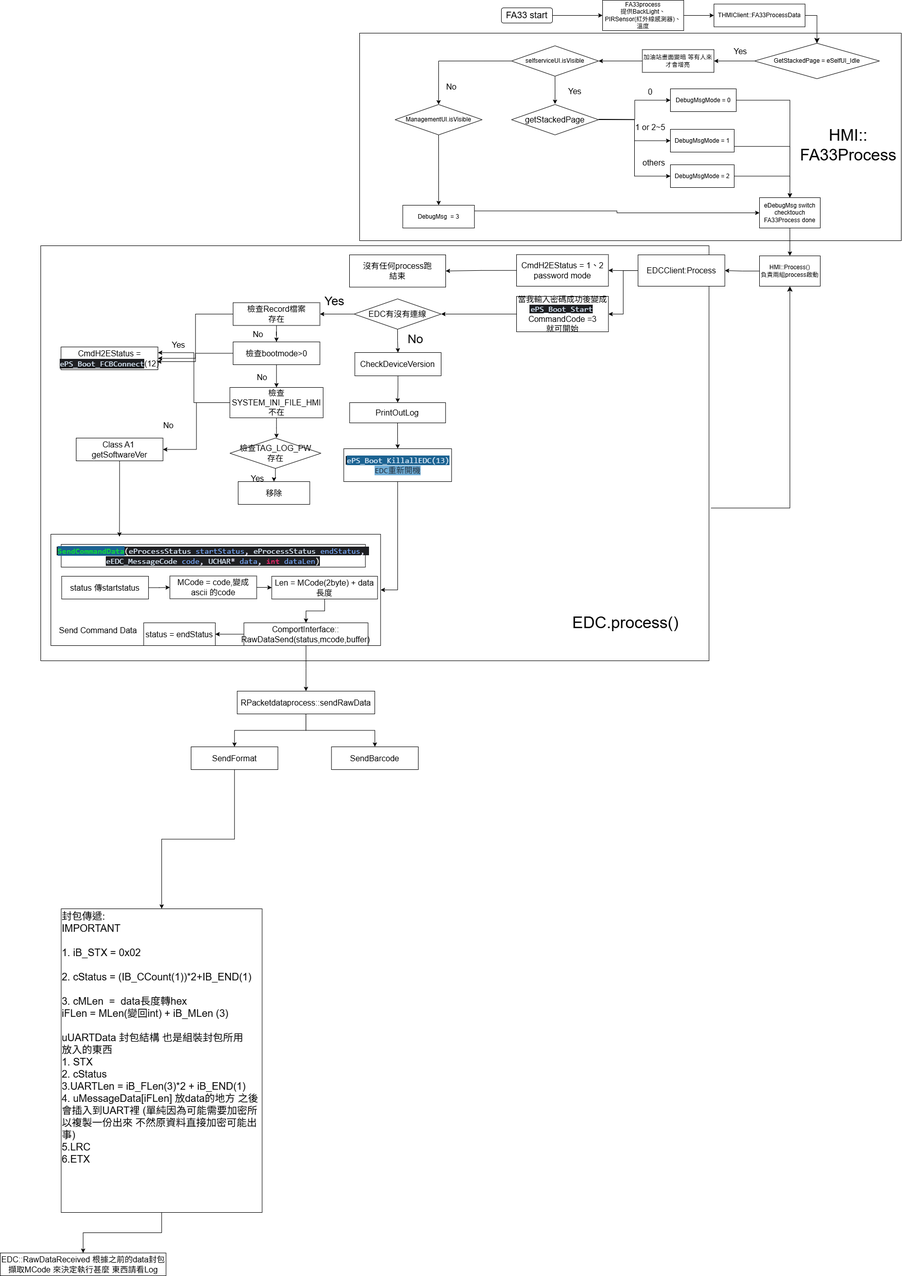
This is HMI流程圖.png from AXQuestion/-, a draw.io export, as it was before one commit. Source tidied: cells renumbered, new cells last; positions are measured from the earlier drawing's top-left corner, leaving out a move shared by most shapes.
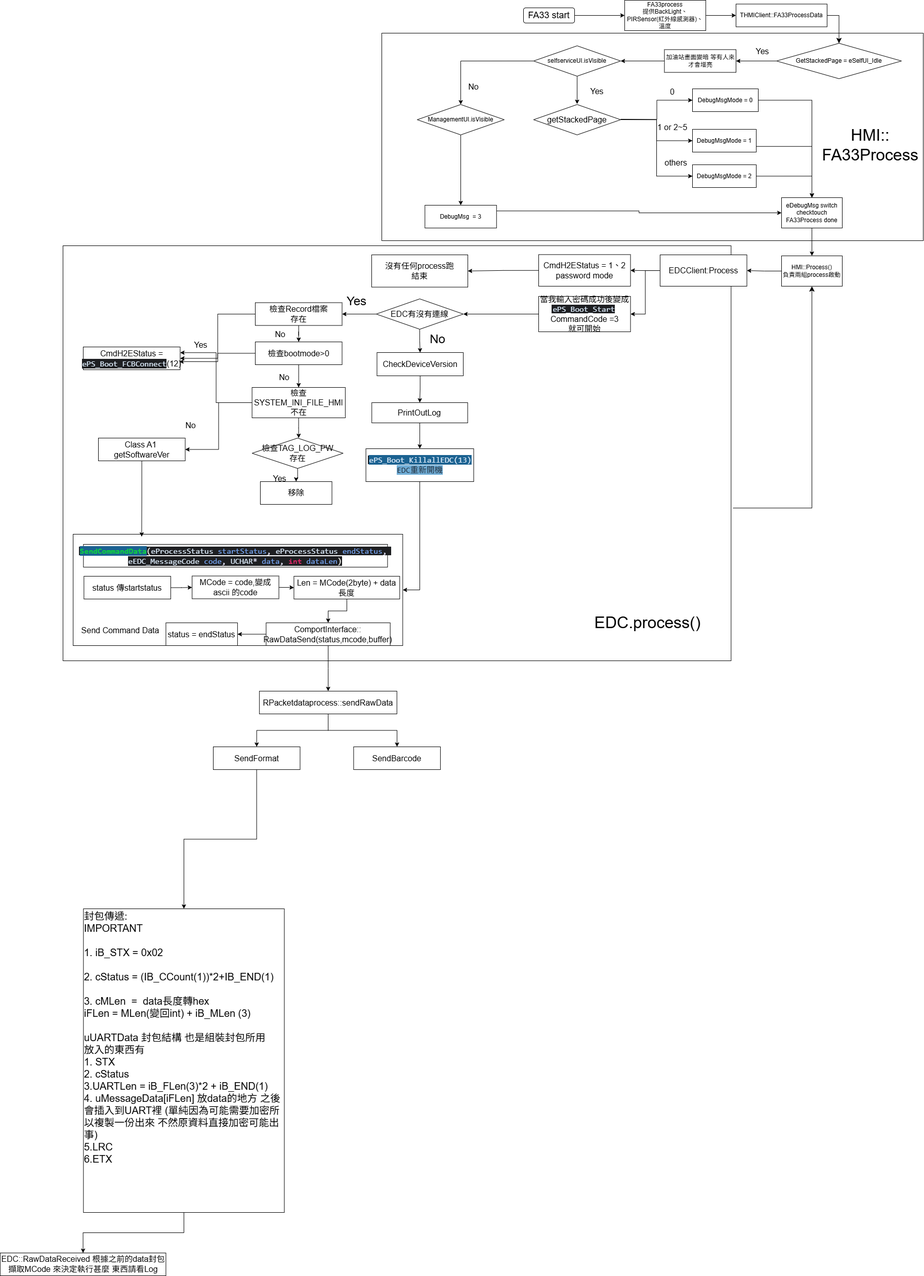
After the change.

Commit message:
更新HMI流程圖.png

Change to the diagram source:
```diff
@@ -314,11 +314,11 @@
     <mxCell id="103" style="edgeStyle=orthogonalEdgeStyle;rounded=0;jettySize=auto;html=1;" parent="1" edge="1" source="104" target="105">
       <mxGeometry relative="1" as="geometry" />
     </mxCell>
-    <mxCell id="104" value="&lt;font style=&quot;font-size: 20px;&quot;&gt;封包傳遞:&lt;/font&gt;&lt;div&gt;&lt;font style=&quot;font-size: 20px;&quot;&gt;IMPORTANT&lt;/font&gt;&lt;/div&gt;&lt;div&gt;&lt;font style=&quot;font-size: 20px;&quot;&gt;&lt;br&gt;&lt;/font&gt;&lt;/div&gt;&lt;div&gt;&lt;font style=&quot;font-size: 20px;&quot;&gt;1. iB_STX = 0x02&lt;/font&gt;&lt;/div&gt;&lt;div&gt;&lt;font style=&quot;font-size: 20px;&quot;&gt;&lt;br&gt;&lt;/font&gt;&lt;/div&gt;&lt;div&gt;&lt;font style=&quot;font-size: 20px;&quot;&gt;2. cStatus = (IB_CCount(1))*2+IB_END(1)&lt;/font&gt;&lt;/div&gt;&lt;div&gt;&lt;font style=&quot;font-size: 20px;&quot;&gt;&lt;br&gt;&lt;/font&gt;&lt;/div&gt;&lt;div&gt;&lt;font style=&quot;font-size: 20px;&quot;&gt;3. cMLen&amp;nbsp; =&amp;nbsp; data長度轉hex&lt;/font&gt;&lt;/div&gt;&lt;div&gt;&lt;font style=&quot;font-size: 20px;&quot;&gt;iFLen = MLen(變回int) + iB_MLen (3)&lt;/font&gt;&lt;/div&gt;&lt;div&gt;&lt;font style=&quot;font-size: 20px;&quot;&gt;&lt;br&gt;&lt;/font&gt;&lt;/div&gt;&lt;div&gt;&lt;font style=&quot;font-size: 20px;&quot;&gt;uUARTData 封包結構 也是組裝封包所用&lt;/font&gt;&lt;/div&gt;&lt;div&gt;&lt;font style=&quot;font-size: 20px;&quot;&gt;放入的東西&lt;/font&gt;&lt;/div&gt;&lt;div&gt;&lt;font style=&quot;font-size: 20px;&quot;&gt;1. STX&lt;/font&gt;&lt;/div&gt;&lt;div&gt;&lt;span style=&quot;font-size: 20px;&quot;&gt;2. cStatus&lt;/span&gt;&lt;/div&gt;&lt;div&gt;&lt;span style=&quot;font-size: 20px;&quot;&gt;3.UARTLen = iB_FLen(3)*2 + iB_END(1)&amp;nbsp;&amp;nbsp;&lt;/span&gt;&lt;span style=&quot;font-size: 20px;&quot;&gt;&lt;/span&gt;&lt;/div&gt;&lt;div&gt;&lt;span style=&quot;font-size: 20px;&quot;&gt;4. uMessageData[iFLen] 放data的地方 之後會插入到UART裡 (單純因為可能需要加密所以複製一份出來 不然原資料直接加密可能出事)&lt;/span&gt;&lt;/div&gt;&lt;div&gt;&lt;span style=&quot;font-size: 20px;&quot;&gt;5.LRC&lt;/span&gt;&lt;/div&gt;&lt;div&gt;&lt;span style=&quot;font-size: 20px;&quot;&gt;6.ETX&lt;/span&gt;&lt;/div&gt;&lt;div&gt;&lt;span style=&quot;font-size: 20px;&quot;&gt;&lt;br&gt;&lt;/span&gt;&lt;/div&gt;&lt;div&gt;&lt;br&gt;&lt;/div&gt;&lt;div&gt;&lt;font style=&quot;font-size: 20px;&quot;&gt;&lt;br&gt;&lt;/font&gt;&lt;/div&gt;&lt;div&gt;&lt;font style=&quot;font-size: 20px;&quot;&gt;&lt;br&gt;&lt;/font&gt;&lt;/div&gt;" style="rounded=0;whiteSpace=wrap;html=1;fontSize=16;align=left;" parent="1" vertex="1">
+    <mxCell id="104" value="&lt;font style=&quot;font-size: 20px;&quot;&gt;封包傳遞:&lt;/font&gt;&lt;div&gt;&lt;font style=&quot;font-size: 20px;&quot;&gt;IMPORTANT&lt;/font&gt;&lt;/div&gt;&lt;div&gt;&lt;font style=&quot;font-size: 20px;&quot;&gt;&lt;br&gt;&lt;/font&gt;&lt;/div&gt;&lt;div&gt;&lt;font style=&quot;font-size: 20px;&quot;&gt;1. iB_STX = 0x02&lt;/font&gt;&lt;/div&gt;&lt;div&gt;&lt;font style=&quot;font-size: 20px;&quot;&gt;&lt;br&gt;&lt;/font&gt;&lt;/div&gt;&lt;div&gt;&lt;font style=&quot;font-size: 20px;&quot;&gt;2. cStatus = (IB_CCount(1))*2+IB_END(1)&lt;/font&gt;&lt;/div&gt;&lt;div&gt;&lt;font style=&quot;font-size: 20px;&quot;&gt;&lt;br&gt;&lt;/font&gt;&lt;/div&gt;&lt;div&gt;&lt;font style=&quot;font-size: 20px;&quot;&gt;3. cMLen&amp;nbsp; =&amp;nbsp; data長度轉hex&lt;/font&gt;&lt;/div&gt;&lt;div&gt;&lt;font style=&quot;font-size: 20px;&quot;&gt;iFLen = MLen(變回int) + iB_MLen (3)&lt;/font&gt;&lt;/div&gt;&lt;div&gt;&lt;font style=&quot;font-size: 20px;&quot;&gt;&lt;br&gt;&lt;/font&gt;&lt;/div&gt;&lt;div&gt;&lt;font style=&quot;font-size: 20px;&quot;&gt;uUARTData 封包結構 也是組裝封包所用&lt;/font&gt;&lt;/div&gt;&lt;div&gt;&lt;font style=&quot;font-size: 20px;&quot;&gt;放入的東西有&lt;/font&gt;&lt;/div&gt;&lt;div&gt;&lt;font style=&quot;font-size: 20px;&quot;&gt;1. STX&lt;/font&gt;&lt;/div&gt;&lt;div&gt;&lt;span style=&quot;font-size: 20px;&quot;&gt;2. cStatus&lt;/span&gt;&lt;/div&gt;&lt;div&gt;&lt;span style=&quot;font-size: 20px;&quot;&gt;3.UARTLen = iB_FLen(3)*2 + iB_END(1)&amp;nbsp;&amp;nbsp;&lt;/span&gt;&lt;span style=&quot;font-size: 20px;&quot;&gt;&lt;/span&gt;&lt;/div&gt;&lt;div&gt;&lt;span style=&quot;font-size: 20px;&quot;&gt;4. uMessageData[iFLen] 放data的地方 之後會插入到UART裡 (單純因為可能需要加密所以複製一份出來 不然原資料直接加密可能出事)&lt;/span&gt;&lt;/div&gt;&lt;div&gt;&lt;span style=&quot;font-size: 20px;&quot;&gt;5.LRC&lt;/span&gt;&lt;/div&gt;&lt;div&gt;&lt;span style=&quot;font-size: 20px;&quot;&gt;6.ETX&lt;/span&gt;&lt;/div&gt;&lt;div&gt;&lt;span style=&quot;font-size: 20px;&quot;&gt;&lt;br&gt;&lt;/span&gt;&lt;/div&gt;&lt;div&gt;&lt;br&gt;&lt;/div&gt;&lt;div&gt;&lt;font style=&quot;font-size: 20px;&quot;&gt;&lt;br&gt;&lt;/font&gt;&lt;/div&gt;&lt;div&gt;&lt;font style=&quot;font-size: 20px;&quot;&gt;&lt;br&gt;&lt;/font&gt;&lt;/div&gt;" style="rounded=0;whiteSpace=wrap;html=1;fontSize=16;align=left;" parent="1" vertex="1">
       <mxGeometry x="120.4" y="1795" width="397" height="600" as="geometry" />
     </mxCell>
     <mxCell id="105" value="EDC::RawDataReceived 根據之前的data封包 擷取MCode 來決定執行甚麼 東西請看Log" style="rounded=0;whiteSpace=wrap;html=1;fontSize=16;" parent="1" vertex="1">
-      <mxGeometry y="2475" width="327.5" height="45" as="geometry" />
+      <mxGeometry x="-44.1" y="2475" width="327.5" height="45" as="geometry" />
     </mxCell>
   </root>
 </mxGraphModel>
```
